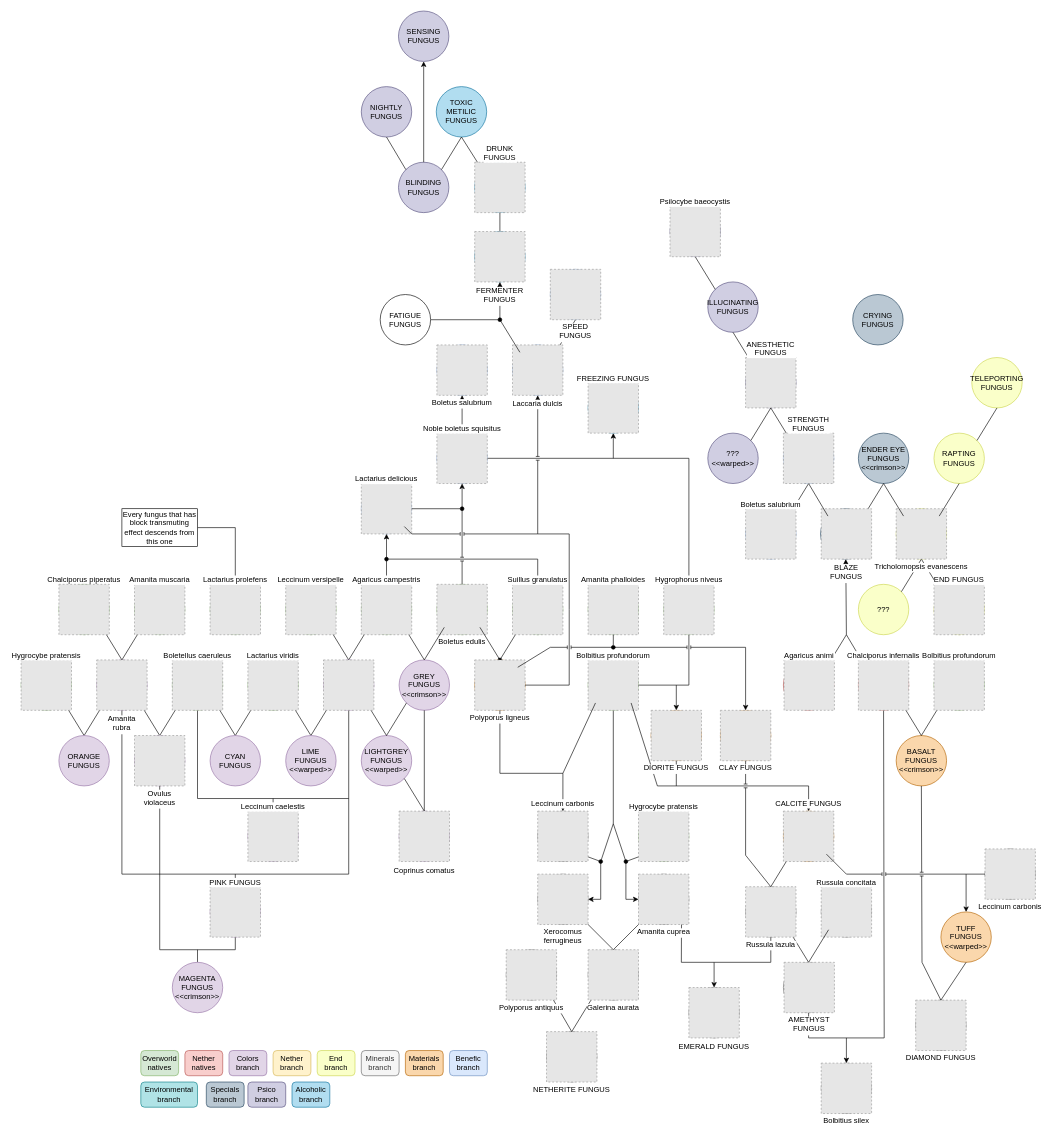
Earlier version of the draw.io diagram src/main/resources/data/mycologymod/mutations/mutations-diagram.drawio (SimoMett/MycologyMC). Source tidied: cells renumbered, new cells numbered last; positions are measured from the earlier drawing's top-left corner, leaving out a move shared by most shapes. Both pictures are drawn from the tidied source at 63%, with x=0, y=0 at pixel (21, 11). Pictures stored in the file or linked from it are replaced by grey dashed boxes.
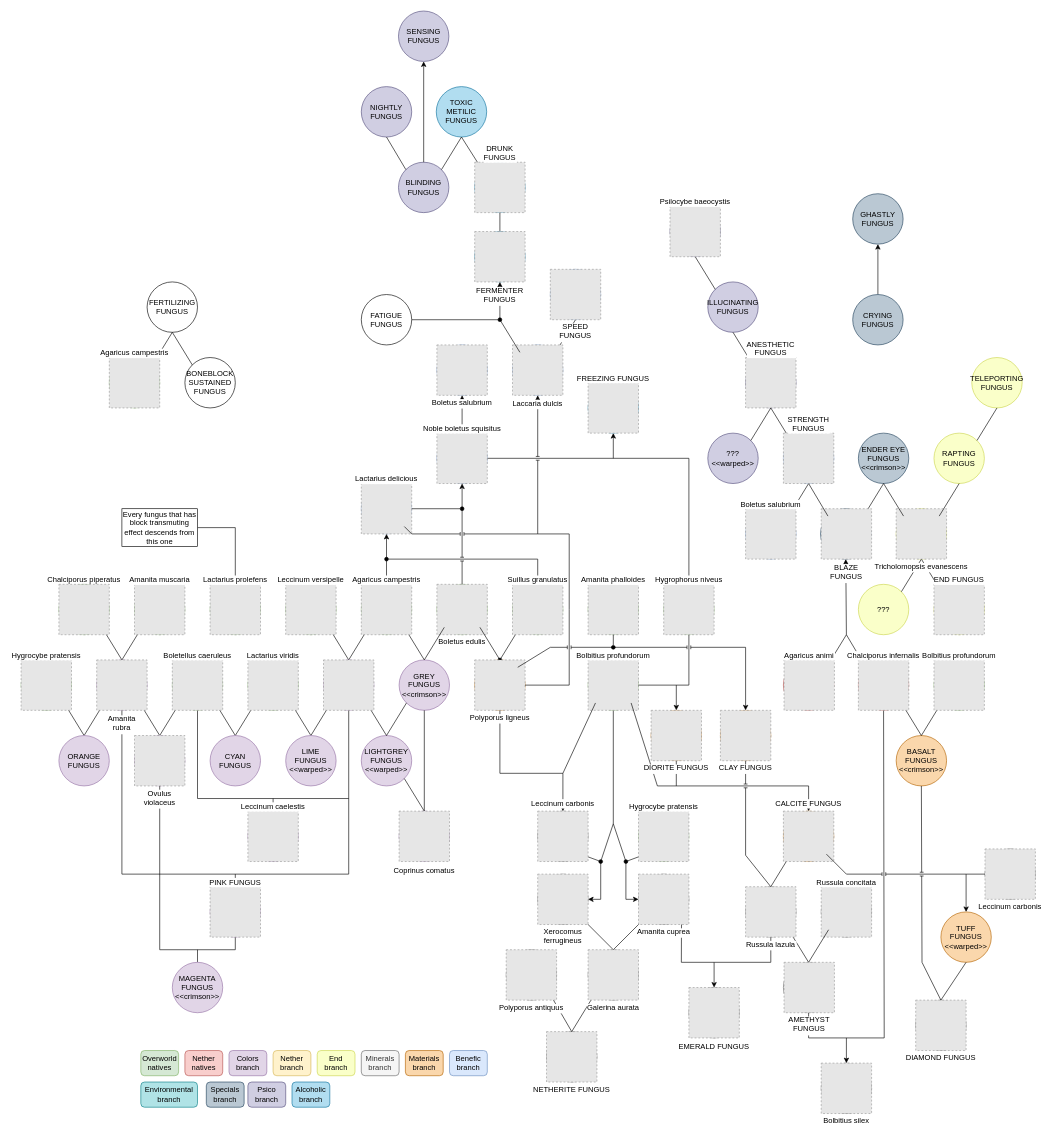
The same page after the edit.

Unchanged cells that the change refers to:
```xml
<mxCell id="228" value="CRYING&lt;div&gt;FUNGUS&lt;/div&gt;" style="ellipse;whiteSpace=wrap;html=1;rounded=1;align=center;verticalAlign=middle;fontFamily=Helvetica;fontSize=12;fillColor=#bac8d3;strokeColor=#23445d;" parent="1" vertex="1">
  <mxGeometry x="1320" y="450" width="80" height="80" as="geometry" />
</mxCell>
```

What changed in the source:
```diff
@@
+    <mxCell id="244" style="edgeStyle=orthogonalEdgeStyle;rounded=0;jettySize=auto;html=1;" parent="1" edge="1" source="228" target="245">
+      <mxGeometry relative="1" as="geometry" />
+    </mxCell>
@@
     <mxCell id="240" value="FATIGUE&lt;div&gt;FUNGUS&lt;/div&gt;" style="ellipse;whiteSpace=wrap;html=1;" parent="1" vertex="1">
-      <mxGeometry x="570" y="450" width="80" height="80" as="geometry" />
+      <mxGeometry x="540" y="450" width="80" height="80" as="geometry" />
     </mxCell>
@@
+    <mxCell id="245" value="GHASTLY&lt;div&gt;FUNGUS&lt;/div&gt;" style="ellipse;whiteSpace=wrap;html=1;rounded=1;align=center;verticalAlign=middle;fontFamily=Helvetica;fontSize=12;fillColor=#bac8d3;strokeColor=#23445d;" parent="1" vertex="1">
+      <mxGeometry x="1320" y="290" width="80" height="80" as="geometry" />
+    </mxCell>
+    <mxCell id="246" value="BONEBLOCK&lt;div&gt;SUSTAINED&lt;/div&gt;&lt;div&gt;FUNGUS&lt;/div&gt;" style="ellipse;whiteSpace=wrap;html=1;" parent="1" vertex="1">
+      <mxGeometry x="260" y="550" width="80" height="80" as="geometry" />
+    </mxCell>
+    <mxCell id="247" style="ellipse;whiteSpace=wrap;html=1;fillColor=#d5e8d4;strokeColor=#82b366;" parent="1" vertex="1">
+      <mxGeometry x="140" y="550" width="80" height="80" as="geometry" />
+    </mxCell>
+    <mxCell id="248" value="&lt;span style=&quot;background-color: initial;&quot;&gt;FERTILIZING&lt;/span&gt;&lt;div&gt;&lt;span style=&quot;background-color: initial;&quot;&gt;FUNGUS&lt;/span&gt;&lt;/div&gt;" style="ellipse;whiteSpace=wrap;html=1;" parent="1" vertex="1">
+      <mxGeometry x="200" y="430" width="80" height="80" as="geometry" />
+    </mxCell>
+    <mxCell id="249" style="endArrow=none;html=1;rounded=0;entryX=0.5;entryY=1;entryDx=0;entryDy=0;exitX=0;exitY=0;exitDx=0;exitDy=0;" parent="1" edge="1" source="246" target="248">
+      <mxGeometry relative="1" as="geometry" />
+    </mxCell>
+    <mxCell id="250" style="endArrow=none;html=1;rounded=0;entryX=0.5;entryY=1;entryDx=0;entryDy=0;exitX=1;exitY=0;exitDx=0;exitDy=0;" parent="1" edge="1" source="247" target="248">
+      <mxGeometry relative="1" as="geometry" />
+    </mxCell>
+    <mxCell id="251" value="Agaricus campestris" style="fillColor=#E6E6E6;strokeColor=#999999;dashed=1;verticalLabelPosition=top;labelBackgroundColor=default;verticalAlign=bottom;labelPosition=center;align=center;spacing=0;" parent="1" vertex="1">
+      <mxGeometry x="140" y="550" width="80" height="80" as="geometry" />
+    </mxCell>
```
